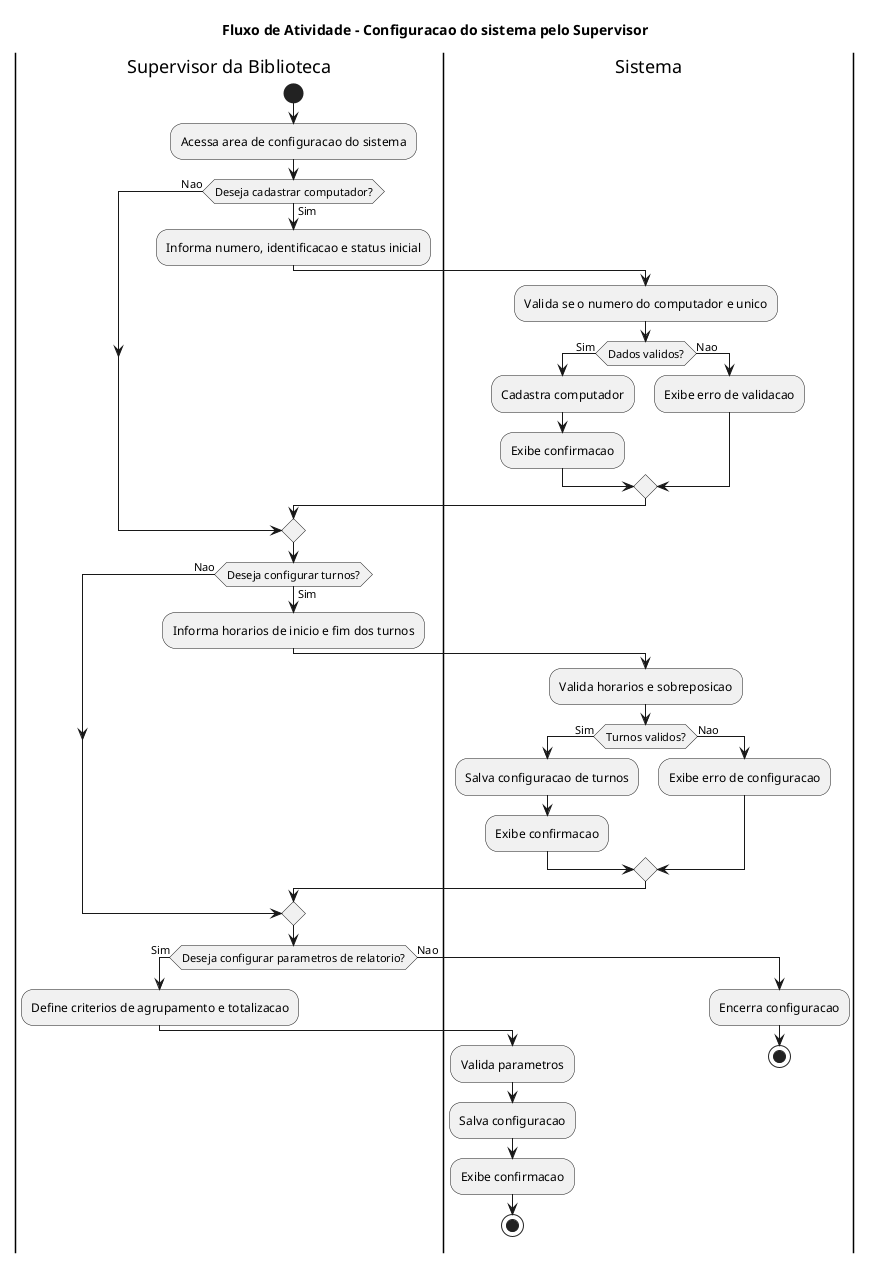
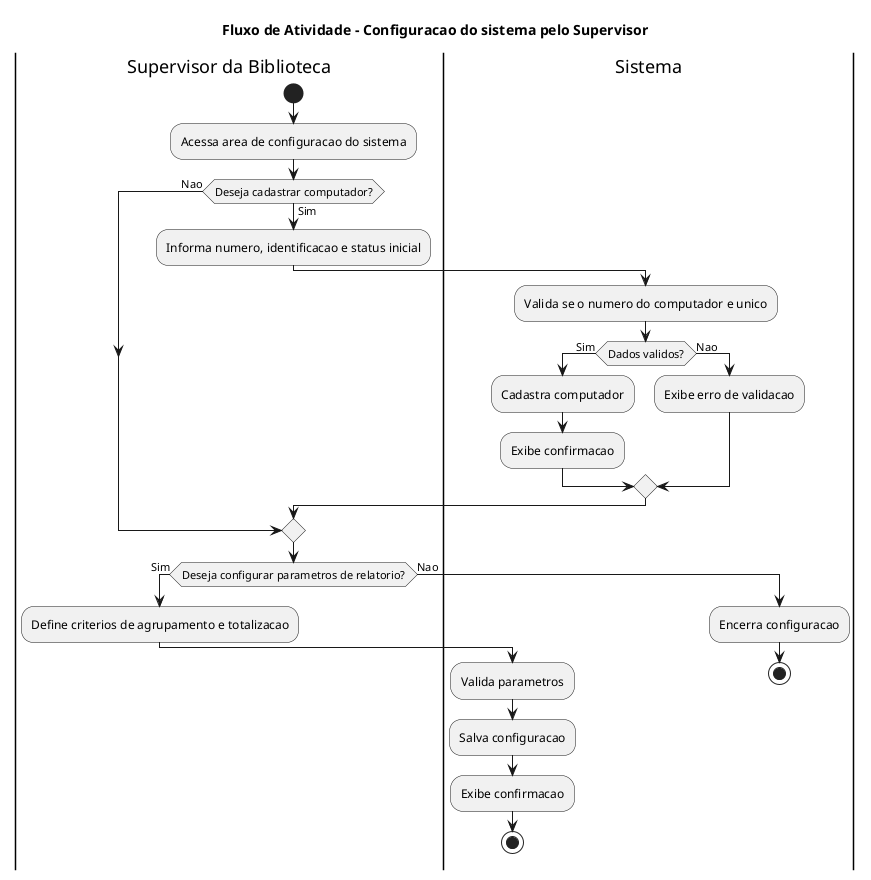
@startuml
title Fluxo de Atividade - Configuracao do sistema pelo Supervisor

|Supervisor da Biblioteca|
start
:Acessa area de configuracao do sistema;

if (Deseja cadastrar computador?) then (Sim)
  :Informa numero, identificacao e status inicial;

  |Sistema|
  :Valida se o numero do computador e unico;
  if (Dados validos?) then (Sim)
    :Cadastra computador;
    :Exibe confirmacao;
  else (Nao)
    :Exibe erro de validacao;
  endif

else (Nao)
endif

|Supervisor da Biblioteca|
- if (Deseja configurar turnos?) then (Sim)
-   :Informa horarios de inicio e fim dos turnos;
- 
-   |Sistema|
-   :Valida horarios e sobreposicao;
-   if (Turnos validos?) then (Sim)
-     :Salva configuracao de turnos;
-     :Exibe confirmacao;
-   else (Nao)
-     :Exibe erro de configuracao;
-   endif
- 
- else (Nao)
- endif
- 
- |Supervisor da Biblioteca|
if (Deseja configurar parametros de relatorio?) then (Sim)
  :Define criterios de agrupamento e totalizacao;

  |Sistema|
  :Valida parametros;
  :Salva configuracao;
  :Exibe confirmacao;
  stop

else (Nao)
  :Encerra configuracao;
  stop
endif

@enduml
